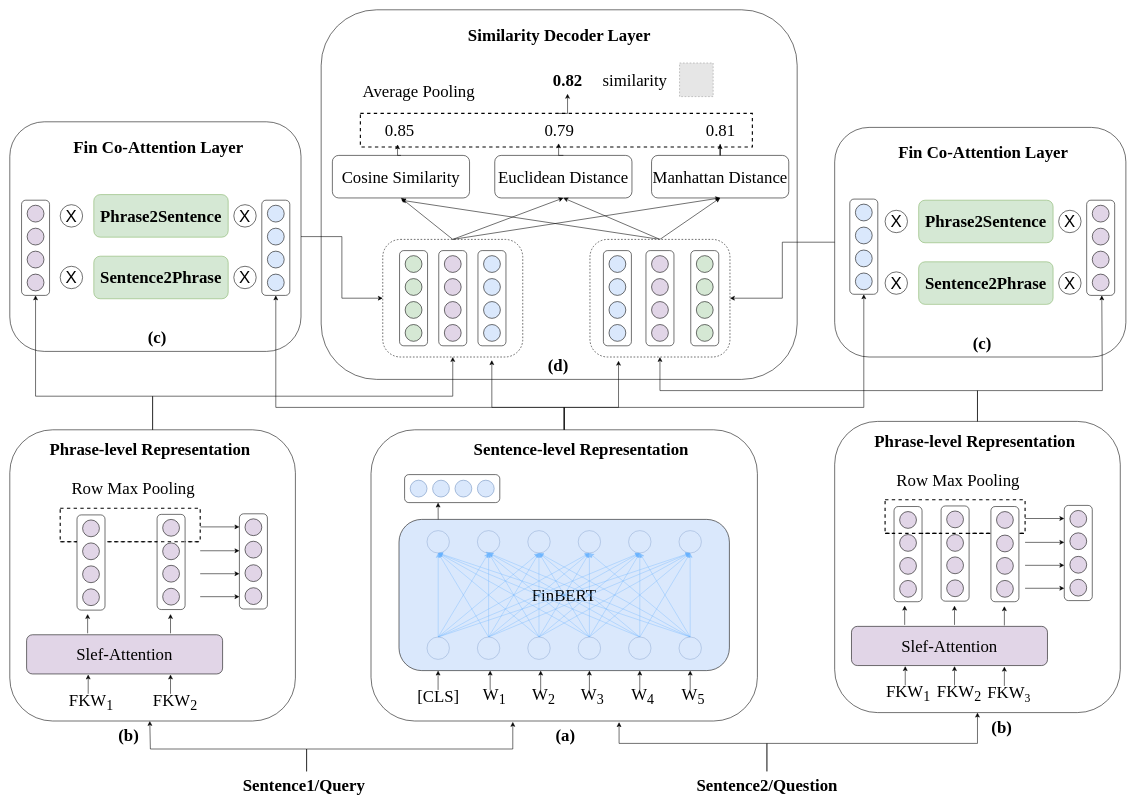
This is text_match/FinKeNet.drawio from lengyueit/paper_pic, a draw.io file, before an edit. Source tidied: cells renumbered, new cells numbered last; positions are measured from the earlier drawing's top-left corner, leaving out a move shared by most shapes. Both pictures are drawn from the tidied source at 56%, with x=0, y=0 at pixel (-12, 10). Pictures stored in the file or linked from it are replaced by grey dashed boxes.
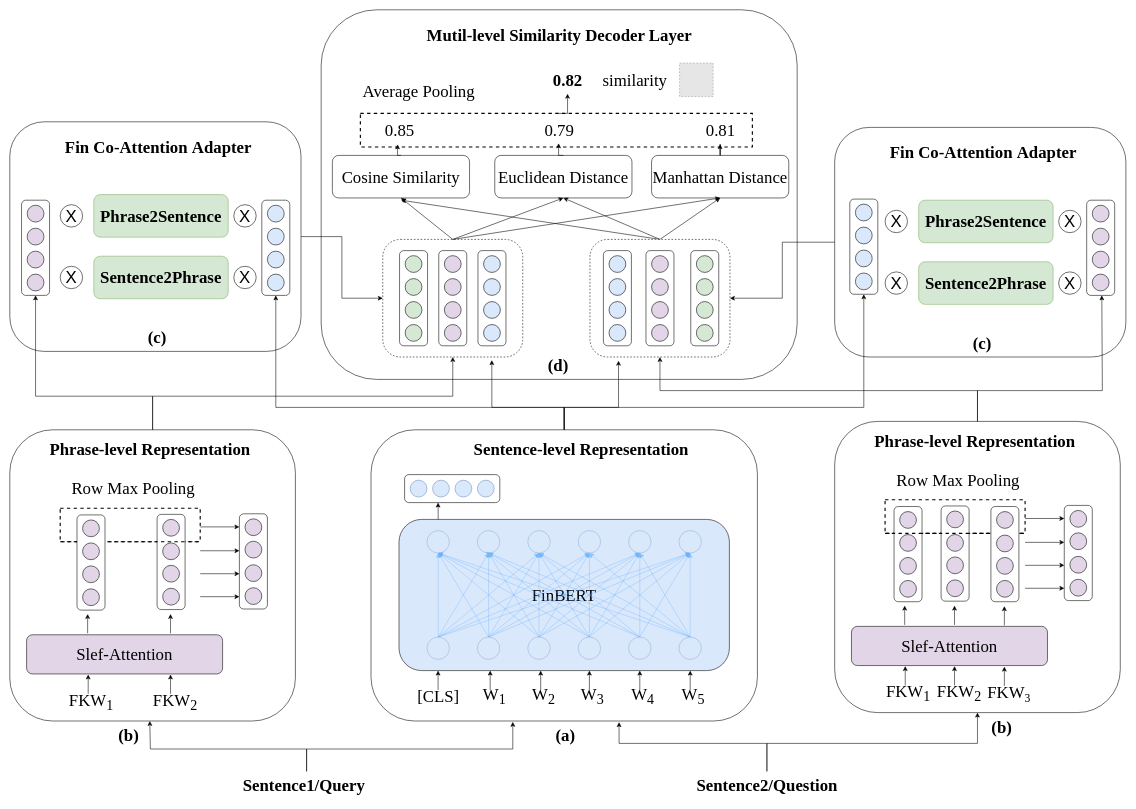
Above is the later version.

The change refers to these unchanged cells:
```xml
<mxCell id="156" value="x" style="group;" parent="1" vertex="1">
  <mxGeometry x="39" y="200" width="520" height="410" as="geometry" />
</mxCell>
<mxCell id="178" style="group;" parent="1" vertex="1">
  <mxGeometry x="1512" y="210" width="520" height="410" as="geometry" />
</mxCell>
```

Diff of the diagram source:
```diff
@@
-    <mxCell id="158" value="&lt;font face=&quot;Times New Roman&quot; style=&quot;font-size: 30px;&quot;&gt;&lt;b&gt;Fin Co-Attention Layer&lt;/b&gt;&lt;/font&gt;" style="text;html=1;align=center;verticalAlign=middle;strokeColor=none;fillColor=none;" parent="156" vertex="1">
-      <mxGeometry x="100" y="20" width="330" height="50" as="geometry" />
+    <mxCell id="158" value="&lt;font face=&quot;Times New Roman&quot; style=&quot;font-size: 30px;&quot;&gt;&lt;b&gt;Fin Co-Attention&amp;nbsp;&lt;/b&gt;&lt;/font&gt;&lt;font size=&quot;1&quot; face=&quot;Times New Roman&quot;&gt;&lt;b style=&quot;font-size: 30px;&quot;&gt;Adapter&lt;/b&gt;&lt;/font&gt;" style="text;html=1;align=center;verticalAlign=middle;strokeColor=none;fillColor=none;" parent="156" vertex="1">
+      <mxGeometry x="85" y="20" width="360" height="50" as="geometry" />
     </mxCell>
@@
-    <mxCell id="180" value="&lt;font face=&quot;Times New Roman&quot; style=&quot;font-size: 30px;&quot;&gt;&lt;b&gt;Fin Co-Attention Layer&lt;/b&gt;&lt;/font&gt;" style="text;html=1;align=center;verticalAlign=middle;strokeColor=none;fillColor=none;" parent="178" vertex="1">
-      <mxGeometry x="100" y="20" width="330" height="50" as="geometry" />
+    <mxCell id="180" value="&lt;font style=&quot;border-color: var(--border-color); font-size: 30px;&quot; face=&quot;Times New Roman&quot;&gt;&lt;b style=&quot;border-color: var(--border-color);&quot;&gt;Fin Co-Attention&amp;nbsp;&lt;/b&gt;&lt;/font&gt;&lt;font style=&quot;border-color: var(--border-color);&quot; face=&quot;Times New Roman&quot;&gt;&lt;b style=&quot;border-color: var(--border-color); font-size: 30px;&quot;&gt;Adapter&lt;/b&gt;&lt;/font&gt;" style="text;html=1;align=center;verticalAlign=middle;strokeColor=none;fillColor=none;" parent="178" vertex="1">
+      <mxGeometry x="85" y="20" width="360" height="50" as="geometry" />
     </mxCell>
@@
-    <mxCell id="261" value="&lt;font size=&quot;1&quot; face=&quot;Times New Roman&quot; style=&quot;&quot;&gt;&lt;b style=&quot;font-size: 30px;&quot;&gt;Similarity Decoder Layer&lt;/b&gt;&lt;/font&gt;" style="text;html=1;align=center;verticalAlign=middle;strokeColor=none;fillColor=none;" parent="1" vertex="1">
-      <mxGeometry x="845" y="20" width="350" height="50" as="geometry" />
+    <mxCell id="261" value="&lt;font size=&quot;1&quot; face=&quot;Times New Roman&quot;&gt;&lt;b style=&quot;font-size: 30px;&quot;&gt;Mutil-level Similarity Decoder Layer&lt;/b&gt;&lt;/font&gt;" style="text;html=1;align=center;verticalAlign=middle;strokeColor=none;fillColor=none;" parent="1" vertex="1">
+      <mxGeometry x="770" y="20" width="500" height="50" as="geometry" />
     </mxCell>
```
